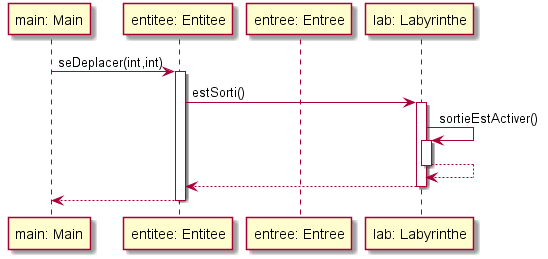
This is documents/version_4.0/Entree_Sortie.png from NunzioArdi/2019_coo_zeldiablo, a PlantUML export, as it was before one commit.
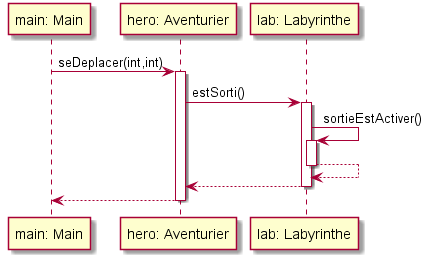
Later version of the same file.

Commit message:
ajout du diagrame de classe et modification de Entree_Sortie

Diff of the diagram source:
```diff
@@ -1,7 +1,6 @@
 @startuml
 participant	"main: Main" as m
-participant	"entitee: Entitee" as e
-participant	"entree: Entree" as start
+participant	"hero: Aventurier" as e
 participant	"lab: Labyrinthe" as l
 
 m -> e : seDeplacer(int,int)
```
